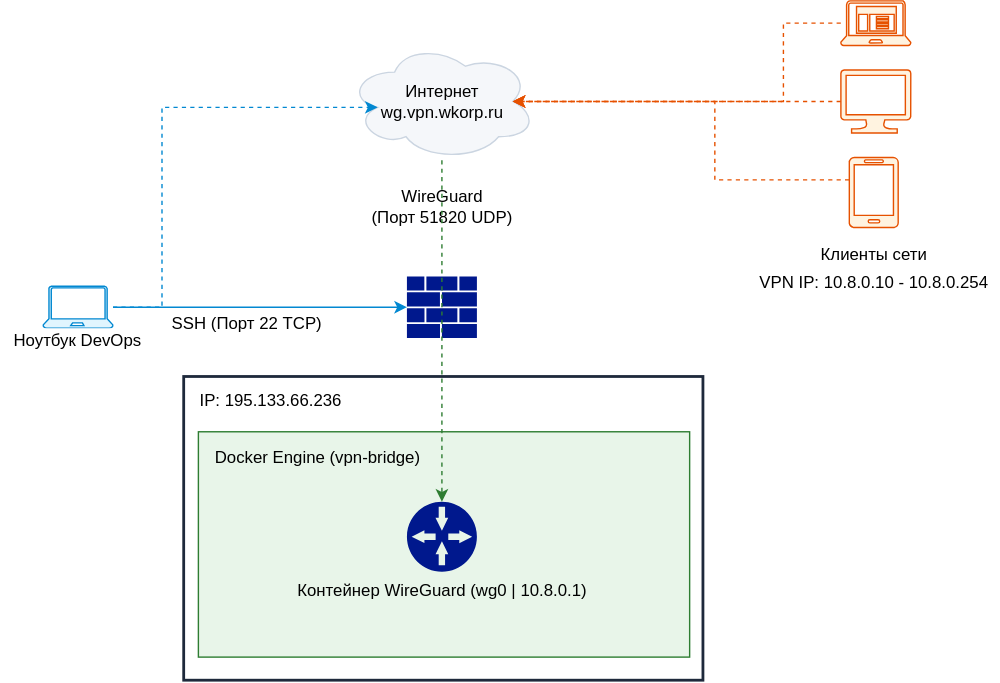
Above: project-timeweb/scheme-01.svg in mapsvk/silver-note (draw.io), before the change. Source tidied: cells renumbered, new cells last; positions are measured from the earlier drawing's top-left corner, leaving out a move shared by most shapes.
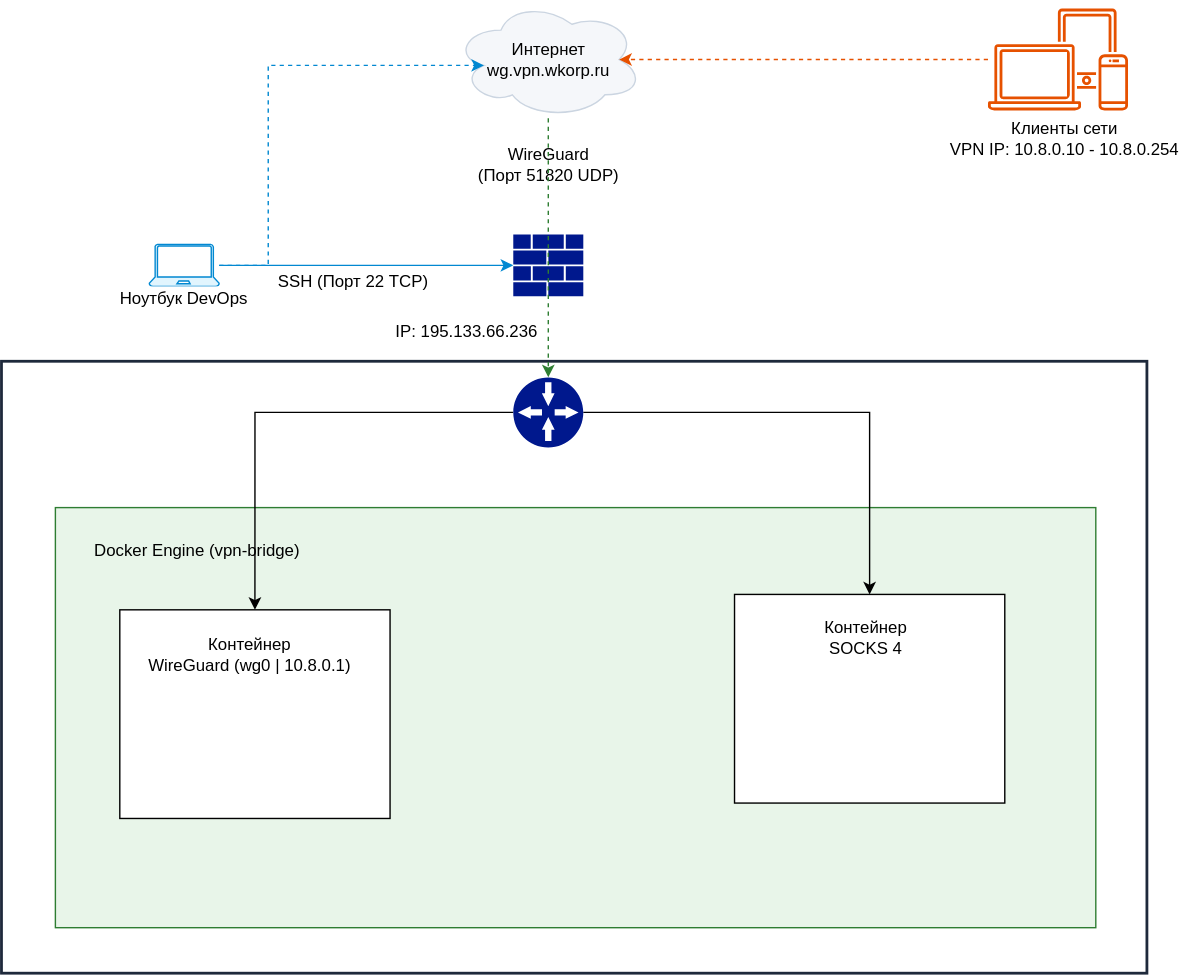
The same diagram one commit later.

Diff of the diagram source:
```diff
@@ -6,7 +6,7 @@
       <mxGeometry x="247.5" y="30" width="135" height="84" as="geometry" />
     </mxCell>
     <mxCell id="3" style="rounded=0;whiteSpace=wrap;html=1;fillColor=light-dark(#FFFFFF,#FFFFFF);fillStyle=auto;strokeColor=light-dark(#1E293B,#1E293B);strokeWidth=2;" parent="1" vertex="1">
-      <mxGeometry x="131" y="269" width="371" height="217" as="geometry" />
+      <mxGeometry x="-75" y="288" width="818" height="437" as="geometry" />
     </mxCell>
     <mxCell id="4" style="verticalLabelPosition=bottom;html=1;verticalAlign=top;align=center;strokeColor=#0288D1;fillColor=light-dark(#E1F5FE,#E1F5FE);shape=mxgraph.azure.laptop;" parent="1" vertex="1">
       <mxGeometry x="30" y="204" width="50" height="30" as="geometry" />
@@ -14,49 +14,18 @@
     <mxCell id="5" value="Ноутбук DevOps" style="text;html=1;whiteSpace=wrap;strokeColor=none;fillColor=light-dark(#FFFFFF,#FFFFFF);align=center;verticalAlign=middle;rounded=0;fontColor=light-dark(#000000,#000000);" parent="1" vertex="1">
       <mxGeometry y="234" width="110" height="18.5" as="geometry" />
     </mxCell>
-    <mxCell id="6" style="sketch=0;shadow=0;dashed=0;html=1;strokeColor=#E65100;labelPosition=center;verticalLabelPosition=bottom;verticalAlign=top;align=center;fillColor=light-dark(#FFF3E0,#FFF3E0);shape=mxgraph.mscae.enterprise.client_application;" parent="1" vertex="1">
-      <mxGeometry x="600" width="50" height="32" as="geometry" />
-    </mxCell>
-    <mxCell id="7" style="sketch=0;shadow=0;dashed=0;html=1;strokeColor=#E65100;labelPosition=center;verticalLabelPosition=bottom;verticalAlign=top;align=center;fillColor=light-dark(#FFF3E0,#FFF3E0);shape=mxgraph.azure.computer;" parent="1" vertex="1">
-      <mxGeometry x="600" y="49.5" width="50" height="45" as="geometry" />
-    </mxCell>
-    <mxCell id="8" style="sketch=0;shadow=0;dashed=0;html=1;strokeColor=#E65100;labelPosition=center;verticalLabelPosition=bottom;verticalAlign=top;align=center;fillColor=light-dark(#FFF3E0,#FFF3E0);shape=mxgraph.azure.mobile;" parent="1" vertex="1">
-      <mxGeometry x="606" y="112" width="35" height="50" as="geometry" />
-    </mxCell>
     <mxCell id="9" value="SSH (Порт 22 TCP)" style="text;html=1;whiteSpace=wrap;strokeColor=none;fillColor=light-dark(#FFFFFF,#FFFFFF);align=center;verticalAlign=middle;rounded=0;fontColor=light-dark(#000000,#000000);" parent="1" vertex="1">
       <mxGeometry x="121" y="221" width="110" height="20" as="geometry" />
     </mxCell>
-    <mxCell id="10" value="Клиенты сети" style="text;html=1;whiteSpace=wrap;strokeColor=none;fillColor=light-dark(#FFFFFF,#FFFFFF);align=center;verticalAlign=middle;rounded=0;fontColor=light-dark(#000000,#000000);" parent="1" vertex="1">
-      <mxGeometry x="568.5" y="172" width="110" height="20" as="geometry" />
+    <mxCell id="10" value="Клиенты сети&lt;div&gt;VPN IP: 10.8.0.10 - 10.8.0.254&lt;/div&gt;" style="text;html=1;whiteSpace=wrap;strokeColor=none;fillColor=light-dark(#FFFFFF,#FFFFFF);align=center;verticalAlign=middle;rounded=0;fontColor=light-dark(#000000,#000000);" parent="1" vertex="1">
+      <mxGeometry x="601" y="114" width="166.5" height="29" as="geometry" />
     </mxCell>
-    <mxCell id="11" value="VPN IP: 10.8.0.10 - 10.8.0.254" style="text;html=1;whiteSpace=wrap;strokeColor=none;fillColor=light-dark(#FFFFFF,#FFFFFF);align=center;verticalAlign=middle;rounded=0;fontColor=light-dark(#000000,#000000);" parent="1" vertex="1">
-      <mxGeometry x="533.5" y="192" width="180" height="20" as="geometry" />
-    </mxCell>
     <mxCell id="12" style="sketch=0;shadow=0;dashed=0;html=1;strokeColor=none;labelPosition=center;verticalLabelPosition=bottom;verticalAlign=top;align=center;fillColor=#00188D;shape=mxgraph.mscae.enterprise.firewall;" parent="1" vertex="1">
       <mxGeometry x="290" y="197" width="50" height="44" as="geometry" />
     </mxCell>
-    <mxCell id="13" style="edgeStyle=orthogonalEdgeStyle;rounded=0;jettySize=auto;html=1;entryX=0.875;entryY=0.5;entryDx=0;entryDy=0;entryPerimeter=0;strokeColor=light-dark(#E65100,#E65100);dashed=1;" parent="1" edge="1" source="7" target="2">
-      <mxGeometry relative="1" as="geometry" />
-    </mxCell>
-    <mxCell id="14" style="edgeStyle=orthogonalEdgeStyle;rounded=0;jettySize=auto;html=1;entryX=0.875;entryY=0.5;entryDx=0;entryDy=0;entryPerimeter=0;strokeColor=light-dark(#E65100,#E65100);dashed=1;" parent="1" edge="1" source="8" target="2">
-      <mxGeometry relative="1" as="geometry">
-        <Array as="points">
-          <mxPoint x="510" y="128" />
-          <mxPoint x="510" y="72" />
-        </Array>
-      </mxGeometry>
-    </mxCell>
     <mxCell id="15" value="WireGuard&lt;div&gt;(Порт 51820 UDP)&lt;/div&gt;" style="text;html=1;whiteSpace=wrap;strokeColor=none;fillColor=none;align=center;verticalAlign=middle;rounded=0;fontColor=light-dark(#000000,#000000);" parent="1" vertex="1">
       <mxGeometry x="260.5" y="132" width="109" height="30" as="geometry" />
     </mxCell>
-    <mxCell id="16" style="edgeStyle=orthogonalEdgeStyle;rounded=0;jettySize=auto;html=1;entryX=0.875;entryY=0.5;entryDx=0;entryDy=0;entryPerimeter=0;strokeColor=light-dark(#E65100,#E65100);dashed=1;" parent="1" edge="1" source="6" target="2">
-      <mxGeometry relative="1" as="geometry">
-        <Array as="points">
-          <mxPoint x="559" y="16" />
-          <mxPoint x="559" y="72" />
-        </Array>
-      </mxGeometry>
-    </mxCell>
     <mxCell id="17" style="edgeStyle=orthogonalEdgeStyle;rounded=0;jettySize=auto;html=1;entryX=0;entryY=0.5;entryDx=0;entryDy=0;entryPerimeter=0;strokeColor=light-dark(#0288D1,#0288D1);" parent="1" edge="1" source="4" target="12">
       <mxGeometry relative="1" as="geometry" />
     </mxCell>
@@ -69,19 +38,49 @@
       </mxGeometry>
     </mxCell>
     <mxCell id="19" style="rounded=0;whiteSpace=wrap;html=1;fillStyle=auto;fillColor=light-dark(#E8F5E9,#E8F5E9);strokeColor=light-dark(#2E7D32,#2E7D32);" parent="1" vertex="1">
-      <mxGeometry x="141" y="308" width="351" height="161" as="geometry" />
+      <mxGeometry x="-37" y="392" width="743" height="300" as="geometry" />
     </mxCell>
+    <mxCell id="24" style="edgeStyle=orthogonalEdgeStyle;rounded=0;jettySize=auto;html=1;entryX=0.5;entryY=0;entryDx=0;entryDy=0;fontFamily=Helvetica;fontSize=12;fontColor=light-dark(#000000,#000000);" parent="1" edge="1" source="20" target="29">
+      <mxGeometry relative="1" as="geometry" />
+    </mxCell>
+    <mxCell id="25" style="edgeStyle=orthogonalEdgeStyle;rounded=0;jettySize=auto;html=1;fontFamily=Helvetica;fontSize=12;fontColor=light-dark(#000000,#000000);" parent="1" edge="1" source="20" target="32">
+      <mxGeometry relative="1" as="geometry" />
+    </mxCell>
-    <mxCell id="20" value="Контейнер WireGuard (wg0 | 10.8.0.1)" style="sketch=0;shadow=0;dashed=0;html=1;strokeColor=none;labelPosition=center;verticalLabelPosition=bottom;verticalAlign=top;align=center;fillColor=#00188D;shape=mxgraph.mscae.enterprise.gateway;fontColor=light-dark(#000000,#000000);" parent="1" vertex="1">
-      <mxGeometry x="290" y="358" width="50" height="50" as="geometry" />
+    <mxCell id="20" style="sketch=0;shadow=0;dashed=0;html=1;strokeColor=none;labelPosition=center;verticalLabelPosition=bottom;verticalAlign=top;align=center;fillColor=#00188D;shape=mxgraph.mscae.enterprise.gateway;fontColor=light-dark(#000000,#000000);" parent="1" vertex="1">
+      <mxGeometry x="290" y="299" width="50" height="50" as="geometry" />
     </mxCell>
     <mxCell id="21" style="edgeStyle=orthogonalEdgeStyle;rounded=0;jettySize=auto;html=1;entryX=0.5;entryY=0;entryDx=0;entryDy=0;entryPerimeter=0;strokeColor=light-dark(#2E7D32,#2E7D32);dashed=1;labelPosition=center;verticalLabelPosition=top;align=center;verticalAlign=bottom;" parent="1" edge="1" source="2" target="20">
       <mxGeometry relative="1" as="geometry" />
     </mxCell>
     <mxCell id="22" value="IP: 195.133.66.236" style="text;html=1;whiteSpace=wrap;strokeColor=none;fillColor=light-dark(#FFFFFF,#FFFFFF);align=center;verticalAlign=middle;rounded=0;fontColor=light-dark(#000000,#000000);" parent="1" vertex="1">
-      <mxGeometry x="137.5" y="276" width="110" height="20" as="geometry" />
+      <mxGeometry x="202" y="257" width="110" height="20" as="geometry" />
     </mxCell>
     <mxCell id="23" value="Docker Engine (vpn-bridge)" style="text;html=1;whiteSpace=wrap;strokeColor=none;fillColor=none;align=center;verticalAlign=middle;rounded=0;fontColor=light-dark(#000000,#000000);" parent="1" vertex="1">
-      <mxGeometry x="146" y="316" width="161" height="22" as="geometry" />
+      <mxGeometry x="-16" y="412" width="161" height="22" as="geometry" />
     </mxCell>
+    <mxCell id="26" style="sketch=0;outlineConnect=0;gradientColor=none;fontColor=#545B64;strokeColor=light-dark(#E65100,#E65100);fillColor=light-dark(#E65100,#E65100);dashed=0;verticalLabelPosition=bottom;verticalAlign=top;align=center;html=1;fontSize=12;fontStyle=0;shape=mxgraph.aws4.illustration_devices;rounded=0;fontFamily=Helvetica;" parent="1" vertex="1">
+      <mxGeometry x="629" y="35.5" width="100" height="73" as="geometry" />
+    </mxCell>
+    <mxCell id="27" style="edgeStyle=orthogonalEdgeStyle;rounded=0;jettySize=auto;html=1;entryX=0.875;entryY=0.5;entryDx=0;entryDy=0;entryPerimeter=0;fontFamily=Helvetica;fontSize=12;fontColor=light-dark(#000000,#000000);strokeColor=light-dark(#E65100,#E65100);dashed=1;" parent="1" edge="1" source="26" target="2">
+      <mxGeometry relative="1" as="geometry" />
+    </mxCell>
+    <mxCell id="28" style="group;" parent="1" vertex="1">
+      <mxGeometry x="9" y="465" width="193" height="149" as="geometry" />
+    </mxCell>
+    <mxCell id="29" style="rounded=0;whiteSpace=wrap;html=1;align=center;verticalAlign=middle;fontFamily=Helvetica;fontSize=12;fontColor=light-dark(#000000,#000000);fillColor=light-dark(#FFFFFF,#FFFFFF);gradientColor=none;" parent="28" vertex="1">
+      <mxGeometry width="193" height="149" as="geometry" />
+    </mxCell>
+    <mxCell id="30" value="&lt;span style=&quot;white-space: nowrap;&quot;&gt;Контейнер&lt;/span&gt;&lt;div&gt;&lt;span style=&quot;white-space: nowrap;&quot;&gt;WireGuard (wg0 | 10.8.0.1)&lt;/span&gt;&lt;/div&gt;" style="text;html=1;whiteSpace=wrap;strokeColor=none;fillColor=none;align=center;verticalAlign=middle;rounded=0;fontFamily=Helvetica;fontSize=12;fontColor=light-dark(#000000,#000000);" parent="28" vertex="1">
+      <mxGeometry x="18" y="13" width="150" height="37" as="geometry" />
+    </mxCell>
+    <mxCell id="31" style="group;" parent="1" vertex="1">
+      <mxGeometry x="448" y="454" width="193" height="149" as="geometry" />
+    </mxCell>
+    <mxCell id="32" style="rounded=0;whiteSpace=wrap;html=1;align=center;verticalAlign=middle;fontFamily=Helvetica;fontSize=12;fontColor=light-dark(#000000,#000000);fillColor=light-dark(#FFFFFF,#FFFFFF);gradientColor=none;" parent="31" vertex="1">
+      <mxGeometry width="193" height="149" as="geometry" />
+    </mxCell>
+    <mxCell id="33" value="&lt;span style=&quot;white-space: nowrap;&quot;&gt;Контейнер&lt;/span&gt;&lt;div&gt;&lt;span style=&quot;white-space: nowrap;&quot;&gt;SOCKS 4&lt;/span&gt;&lt;/div&gt;" style="text;html=1;whiteSpace=wrap;strokeColor=none;fillColor=none;align=center;verticalAlign=middle;rounded=0;fontFamily=Helvetica;fontSize=12;fontColor=light-dark(#000000,#000000);" parent="31" vertex="1">
+      <mxGeometry x="19" y="12" width="150" height="37" as="geometry" />
+    </mxCell>
   </root>
 </mxGraphModel>
```
